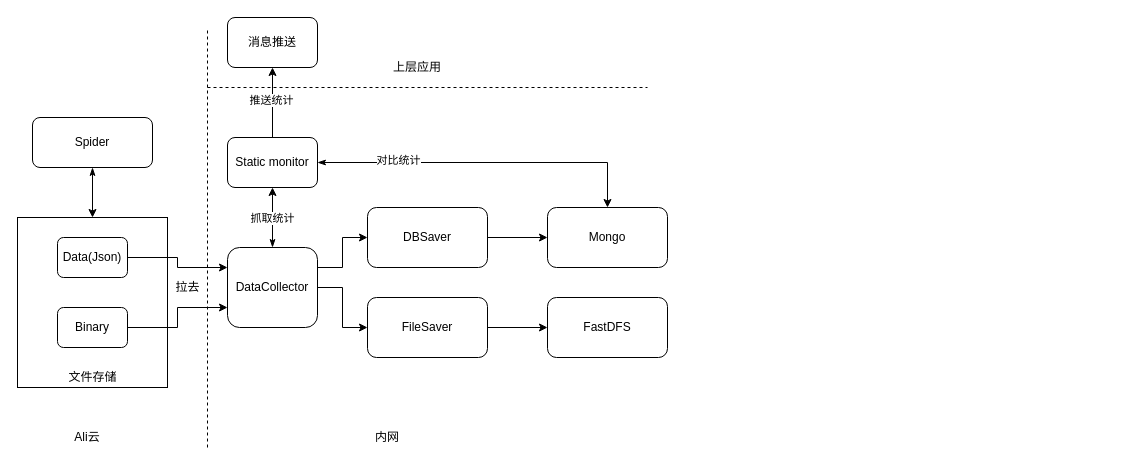
Before: Untitled Diagram.drawio in wiesel2/drawiorepo, a draw.io diagram. Source tidied: cells renumbered, new cells numbered last; positions are measured from the earlier drawing's top-left corner, leaving out a move shared by most shapes. Both pictures are drawn from the tidied source at 100%, with x=0, y=0 at pixel (17, 17).
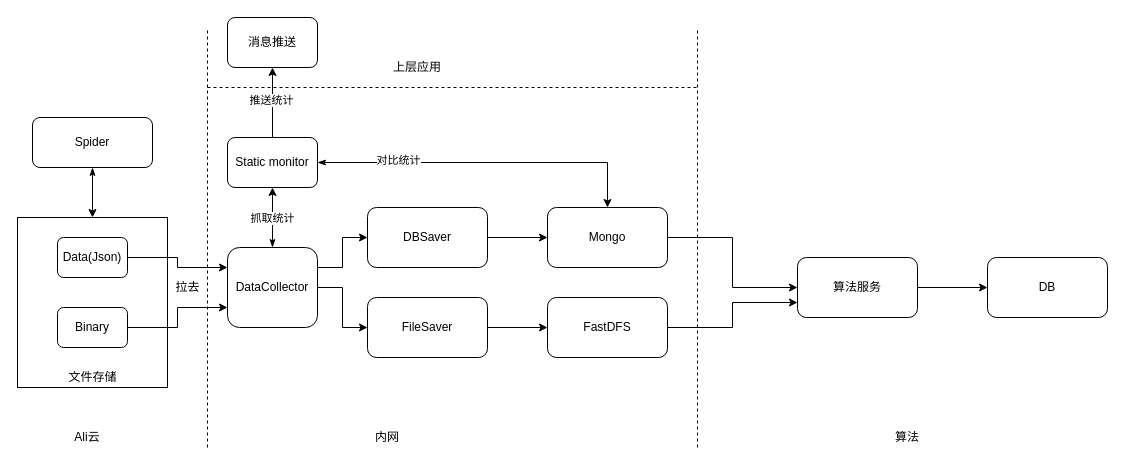
After the change.

Unchanged cells that the change refers to:
```xml
<mxCell id="12" value="FastDFS" style="rounded=1;whiteSpace=wrap;html=1;" parent="1" vertex="1">
  <mxGeometry x="530" y="280" width="120" height="60" as="geometry" />
</mxCell>
<mxCell id="18" value="Mongo" style="rounded=1;whiteSpace=wrap;html=1;" parent="1" vertex="1">
  <mxGeometry x="530" y="190" width="120" height="60" as="geometry" />
</mxCell>
```

The edit, as a diff of the source:
```diff
@@
+    <mxCell id="33" style="edgeStyle=orthogonalEdgeStyle;rounded=0;jettySize=auto;html=1;exitX=1;exitY=0.5;exitDx=0;exitDy=0;entryX=0;entryY=0.75;entryDx=0;entryDy=0;" parent="1" edge="1" source="12" target="37">
+      <mxGeometry relative="1" as="geometry" />
+    </mxCell>
@@
+    <mxCell id="34" style="edgeStyle=orthogonalEdgeStyle;rounded=0;jettySize=auto;html=1;exitX=1;exitY=0.5;exitDx=0;exitDy=0;" parent="1" edge="1" source="18" target="37">
+      <mxGeometry relative="1" as="geometry" />
+    </mxCell>
@@
     <mxCell id="30" style="endArrow=none;dashed=1;html=1;" parent="1" edge="1">
       <mxGeometry relative="1" as="geometry">
         <mxPoint x="190" y="70" as="sourcePoint" />
-        <mxPoint x="630" y="70" as="targetPoint" />
+        <mxPoint x="680" y="70" as="targetPoint" />
       </mxGeometry>
     </mxCell>
@@
+    <mxCell id="35" style="endArrow=none;dashed=1;html=1;" parent="1" edge="1">
+      <mxGeometry relative="1" as="geometry">
+        <mxPoint x="680" y="430" as="sourcePoint" />
+        <mxPoint x="680" y="10" as="targetPoint" />
+      </mxGeometry>
+    </mxCell>
+    <mxCell id="36" style="edgeStyle=orthogonalEdgeStyle;rounded=0;jettySize=auto;html=1;exitX=1;exitY=0.5;exitDx=0;exitDy=0;" parent="1" edge="1" source="37" target="39">
+      <mxGeometry relative="1" as="geometry" />
+    </mxCell>
+    <mxCell id="37" value="算法服务" style="rounded=1;whiteSpace=wrap;html=1;" parent="1" vertex="1">
+      <mxGeometry x="780" y="240" width="120" height="60" as="geometry" />
+    </mxCell>
+    <mxCell id="38" value="算法" style="text;html=1;strokeColor=none;fillColor=none;align=center;verticalAlign=middle;whiteSpace=wrap;rounded=0;" parent="1" vertex="1">
+      <mxGeometry x="870" y="410" width="40" height="20" as="geometry" />
+    </mxCell>
+    <mxCell id="39" value="DB" style="rounded=1;whiteSpace=wrap;html=1;" parent="1" vertex="1">
+      <mxGeometry x="970" y="240" width="120" height="60" as="geometry" />
+    </mxCell>
```
